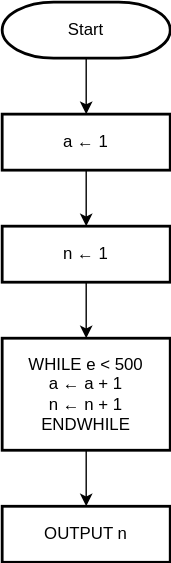
Earlier version of the draw.io export 24-09-2024 assignment.drawio.svg (tungstengmd/drawio-diagrams). Source tidied: cells renumbered, new cells last; positions are measured from the earlier drawing's top-left corner, leaving out a move shared by most shapes.
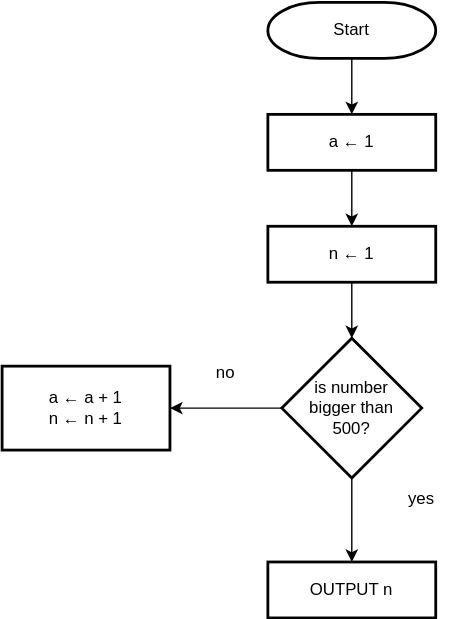
The same file after the commit.

The edit, as a diff of the source:
```diff
@@ -14,20 +14,32 @@
     <mxCell id="5" value="&lt;p&gt;&lt;font face=&quot;Helvetica&quot;&gt;a ← 1&lt;/font&gt;&lt;/p&gt;" style="whiteSpace=wrap;html=1;fontFamily=Architects Daughter;strokeWidth=2;hachureGap=4;fontSource=https%3A%2F%2Ffonts.googleapis.com%2Fcss%3Ffamily%3DArchitects%2BDaughter;" parent="1" vertex="1">
       <mxGeometry y="80" width="120" height="40" as="geometry" />
     </mxCell>
-    <mxCell id="6" style="edgeStyle=orthogonalEdgeStyle;rounded=0;jettySize=auto;html=1;" parent="1" edge="1" source="7" target="10">
-      <mxGeometry relative="1" as="geometry" />
-    </mxCell>
-    <mxCell id="7" value="&lt;font face=&quot;Helvetica&quot;&gt;WHILE e &amp;lt; 500&lt;/font&gt;&lt;div&gt;&lt;font face=&quot;Helvetica&quot;&gt;a ← a + 1&lt;/font&gt;&lt;/div&gt;&lt;div&gt;&lt;font face=&quot;Helvetica&quot;&gt;n ← n + 1&lt;/font&gt;&lt;/div&gt;&lt;div&gt;&lt;font face=&quot;Helvetica&quot;&gt;ENDWHILE&lt;/font&gt;&lt;/div&gt;" style="whiteSpace=wrap;html=1;fontFamily=Architects Daughter;strokeWidth=2;hachureGap=4;fontSource=https%3A%2F%2Ffonts.googleapis.com%2Fcss%3Ffamily%3DArchitects%2BDaughter;" parent="1" vertex="1">
-      <mxGeometry y="240" width="120" height="80" as="geometry" />
-    </mxCell>
-    <mxCell id="8" style="edgeStyle=orthogonalEdgeStyle;rounded=0;jettySize=auto;html=1;" parent="1" edge="1" source="9" target="7">
-      <mxGeometry relative="1" as="geometry" />
-    </mxCell>
+    <mxCell id="11" style="edgeStyle=orthogonalEdgeStyle;rounded=0;jettySize=auto;html=1;" parent="1" edge="1" source="9" target="14">
+      <mxGeometry relative="1" as="geometry" />
+    </mxCell>
     <mxCell id="9" value="&lt;font face=&quot;Helvetica&quot;&gt;n ← 1&lt;/font&gt;" style="whiteSpace=wrap;html=1;fontFamily=Architects Daughter;strokeWidth=2;hachureGap=4;fontSource=https%3A%2F%2Ffonts.googleapis.com%2Fcss%3Ffamily%3DArchitects%2BDaughter;" parent="1" vertex="1">
       <mxGeometry y="160" width="120" height="40" as="geometry" />
     </mxCell>
     <mxCell id="10" value="&lt;font face=&quot;Helvetica&quot;&gt;OUTPUT n&lt;/font&gt;" style="whiteSpace=wrap;html=1;fontFamily=Architects Daughter;strokeWidth=2;hachureGap=4;fontSource=https%3A%2F%2Ffonts.googleapis.com%2Fcss%3Ffamily%3DArchitects%2BDaughter;" parent="1" vertex="1">
-      <mxGeometry y="360" width="120" height="40" as="geometry" />
+      <mxGeometry y="400" width="120" height="40" as="geometry" />
     </mxCell>
+    <mxCell id="12" style="edgeStyle=orthogonalEdgeStyle;rounded=0;jettySize=auto;html=1;" parent="1" edge="1" source="14" target="10">
+      <mxGeometry relative="1" as="geometry" />
+    </mxCell>
+    <mxCell id="13" style="edgeStyle=orthogonalEdgeStyle;rounded=0;jettySize=auto;html=1;" parent="1" edge="1" source="14" target="15">
+      <mxGeometry relative="1" as="geometry" />
+    </mxCell>
+    <mxCell id="14" value="is number&lt;br&gt;bigger than&lt;div&gt;500?&lt;/div&gt;" style="strokeWidth=2;html=1;shape=mxgraph.flowchart.decision;whiteSpace=wrap;" parent="1" vertex="1">
+      <mxGeometry x="10" y="240" width="100" height="100" as="geometry" />
+    </mxCell>
+    <mxCell id="15" value="a ← a + 1&lt;div&gt;n ← n + 1&lt;/div&gt;" style="whiteSpace=wrap;html=1;strokeWidth=2;" parent="1" vertex="1">
+      <mxGeometry x="-190" y="260" width="120" height="60" as="geometry" />
+    </mxCell>
+    <mxCell id="16" value="yes" style="text;html=1;align=center;verticalAlign=middle;whiteSpace=wrap;rounded=0;" parent="1" vertex="1">
+      <mxGeometry x="80" y="340" width="60" height="30" as="geometry" />
+    </mxCell>
+    <mxCell id="17" value="no" style="text;html=1;align=center;verticalAlign=middle;whiteSpace=wrap;rounded=0;" parent="1" vertex="1">
+      <mxGeometry x="-60" y="250" width="60" height="30" as="geometry" />
+    </mxCell>
   </root>
 </mxGraphModel>
```
